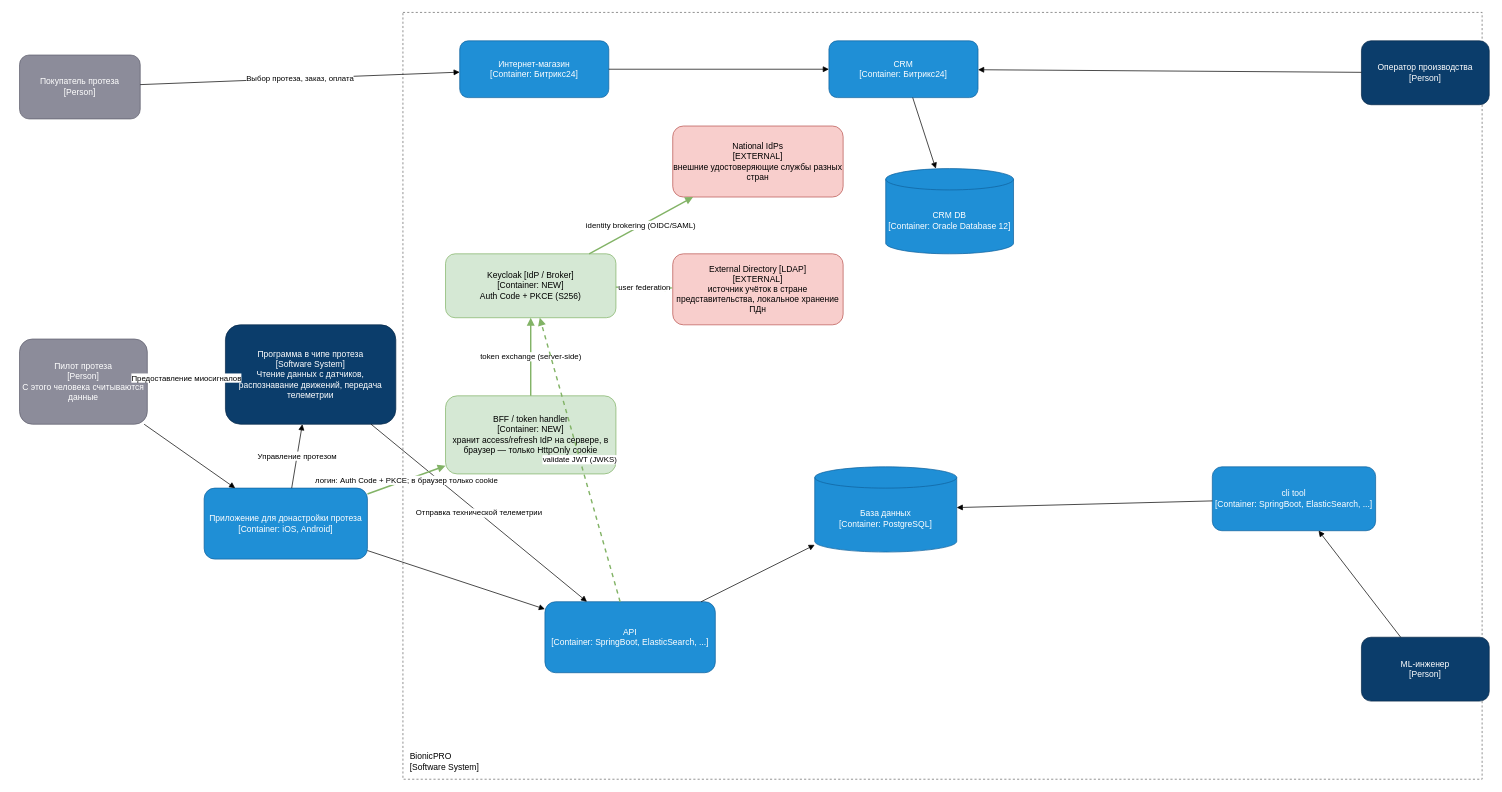
Earlier version of the draw.io diagram docs/diagrams/security-c4.drawio (SiritosKon/architecture-bionicpro). Source tidied: cells renumbered, new cells numbered last; positions are measured from the earlier drawing's top-left corner, leaving out a move shared by most shapes. Both pictures are drawn from the tidied source at 71%, with x=0, y=0 at pixel (19, 12).
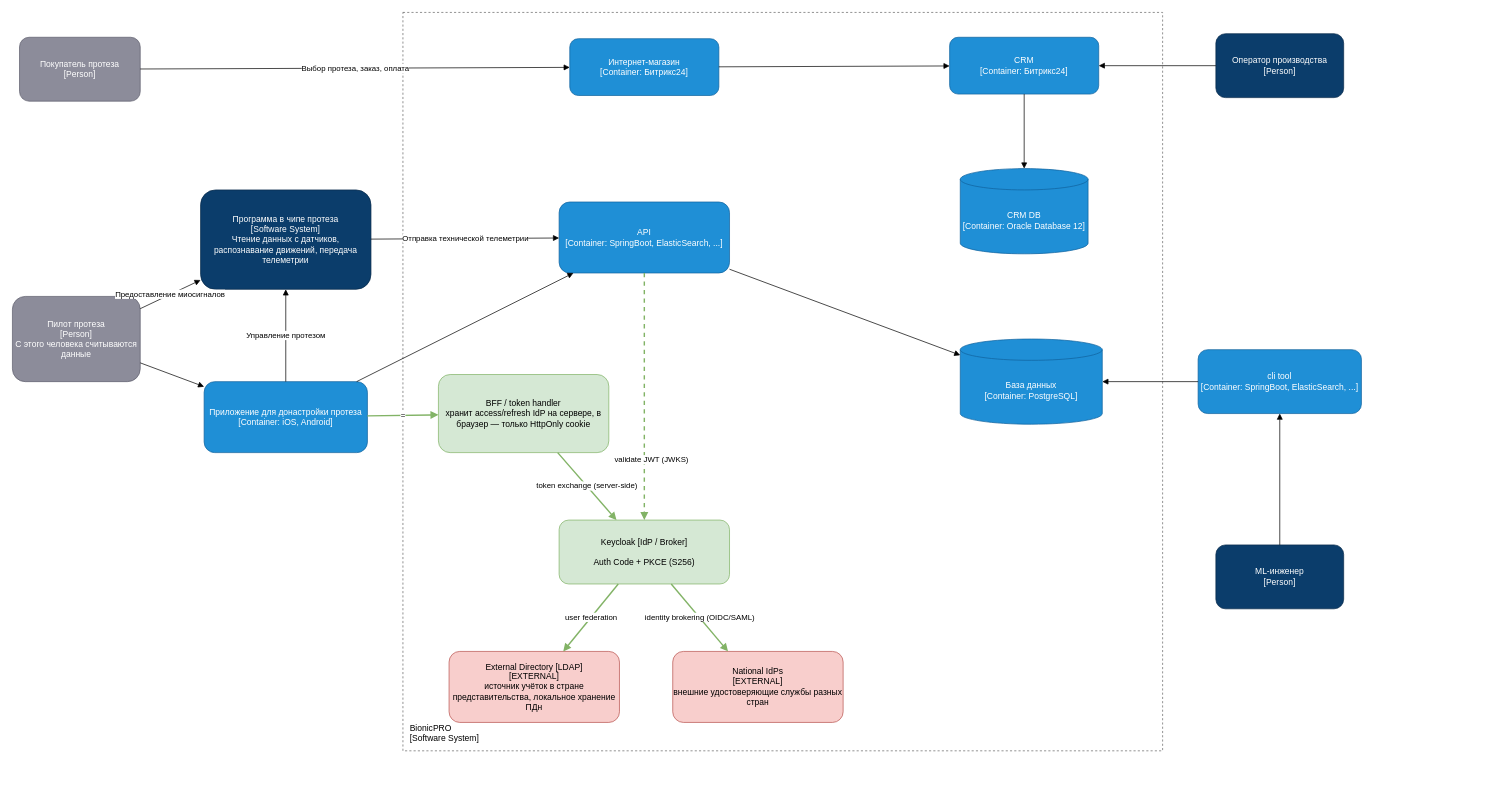
The same page after the edit.

What changed in the source:
```diff
@@
     <mxCell id="2" value="BionicPRO&#10;[Software System]" style="rounded=0;whiteSpace=wrap;html=1;dashed=1;fillColor=none;strokeColor=#666666;verticalAlign=bottom;align=left;fontSize=12;spacing=10;" parent="1" vertex="1">
-      <mxGeometry x="540" width="1520" height="1080" as="geometry" />
+      <mxGeometry x="540" width="1070" height="1040" as="geometry" />
     </mxCell>
     <mxCell id="3" value="Покупатель протеза&#10;[Person]" style="rounded=1;whiteSpace=wrap;html=1;fillColor=#8c8c9a;strokeColor=#5f5f6e;fontColor=#ffffff;" parent="1" vertex="1">
-      <mxGeometry y="60" width="170" height="90" as="geometry" />
+      <mxGeometry y="35" width="170" height="90" as="geometry" />
     </mxCell>
     <mxCell id="4" value="Оператор производства&#10;[Person]" style="rounded=1;whiteSpace=wrap;html=1;fillColor=#0b3d6b;strokeColor=#082a4a;fontColor=#ffffff;" parent="1" vertex="1">
-      <mxGeometry x="1890" y="40" width="180" height="90" as="geometry" />
+      <mxGeometry x="1685" y="30" width="180" height="90" as="geometry" />
     </mxCell>
     <mxCell id="5" value="Пилот протеза&#10;[Person]&#10;С этого человека считываются данные" style="rounded=1;whiteSpace=wrap;html=1;fillColor=#8c8c9a;strokeColor=#5f5f6e;fontColor=#ffffff;" parent="1" vertex="1">
-      <mxGeometry y="460" width="180" height="120" as="geometry" />
+      <mxGeometry x="-10" y="400" width="180" height="120" as="geometry" />
     </mxCell>
     <mxCell id="6" value="ML-инженер&#10;[Person]" style="rounded=1;whiteSpace=wrap;html=1;fillColor=#0b3d6b;strokeColor=#082a4a;fontColor=#ffffff;" parent="1" vertex="1">
-      <mxGeometry x="1890" y="880" width="180" height="90" as="geometry" />
+      <mxGeometry x="1685" y="750" width="180" height="90" as="geometry" />
     </mxCell>
     <mxCell id="7" value="Интернет-магазин&#10;[Container: Битрикс24]" style="rounded=1;whiteSpace=wrap;html=1;fillColor=#1f8fd6;strokeColor=#10629e;fontColor=#ffffff;" parent="1" vertex="1">
-      <mxGeometry x="620" y="40" width="210" height="80" as="geometry" />
+      <mxGeometry x="775" y="37" width="210" height="80" as="geometry" />
     </mxCell>
     <mxCell id="8" value="CRM&#10;[Container: Битрикс24]" style="rounded=1;whiteSpace=wrap;html=1;fillColor=#1f8fd6;strokeColor=#10629e;fontColor=#ffffff;" parent="1" vertex="1">
-      <mxGeometry x="1140" y="40" width="210" height="80" as="geometry" />
+      <mxGeometry x="1310" y="35" width="210" height="80" as="geometry" />
     </mxCell>
     <mxCell id="9" value="CRM DB&#10;[Container: Oracle Database 12]" style="shape=cylinder3;whiteSpace=wrap;html=1;boundedLbl=1;backgroundOutline=1;fillColor=#1f8fd6;strokeColor=#10629e;fontColor=#ffffff;" parent="1" vertex="1">
-      <mxGeometry x="1220" y="220" width="180" height="120" as="geometry" />
+      <mxGeometry x="1325" y="220" width="180" height="120" as="geometry" />
     </mxCell>
     <mxCell id="10" value="Программа в чипе протеза&#10;[Software System]&#10;Чтение данных с датчиков, распознавание движений, передача телеметрии" style="rounded=1;whiteSpace=wrap;html=1;fillColor=#0b3d6b;strokeColor=#082a4a;fontColor=#ffffff;" parent="1" vertex="1">
-      <mxGeometry x="290" y="440" width="240" height="140" as="geometry" />
+      <mxGeometry x="255" y="250" width="240" height="140" as="geometry" />
     </mxCell>
     <mxCell id="11" value="Приложение для донастройки протеза&#10;[Container: iOS, Android]" style="rounded=1;whiteSpace=wrap;html=1;fillColor=#1f8fd6;strokeColor=#10629e;fontColor=#ffffff;" parent="1" vertex="1">
-      <mxGeometry x="260" y="670" width="230" height="100" as="geometry" />
+      <mxGeometry x="260" y="520" width="230" height="100" as="geometry" />
     </mxCell>
     <mxCell id="12" value="API&#10;[Container: SpringBoot, ElasticSearch, ...]" style="rounded=1;whiteSpace=wrap;html=1;fillColor=#1f8fd6;strokeColor=#10629e;fontColor=#ffffff;" parent="1" vertex="1">
-      <mxGeometry x="740" y="830" width="240" height="100" as="geometry" />
+      <mxGeometry x="760" y="267" width="240" height="100" as="geometry" />
     </mxCell>
     <mxCell id="13" value="База данных&#10;[Container: PostgreSQL]" style="shape=cylinder3;whiteSpace=wrap;html=1;boundedLbl=1;backgroundOutline=1;fillColor=#1f8fd6;strokeColor=#10629e;fontColor=#ffffff;" parent="1" vertex="1">
-      <mxGeometry x="1120" y="640" width="200" height="120" as="geometry" />
+      <mxGeometry x="1325" y="460" width="200" height="120" as="geometry" />
     </mxCell>
     <mxCell id="14" value="cli tool&#10;[Container: SpringBoot, ElasticSearch, ...]" style="rounded=1;whiteSpace=wrap;html=1;fillColor=#1f8fd6;strokeColor=#10629e;fontColor=#ffffff;" parent="1" vertex="1">
-      <mxGeometry x="1680" y="640" width="230" height="90" as="geometry" />
+      <mxGeometry x="1660" y="475" width="230" height="90" as="geometry" />
     </mxCell>
-    <mxCell id="15" value="Keycloak [IdP / Broker]&#10;[Container: NEW]&#10;Auth Code + PKCE (S256)" style="rounded=1;whiteSpace=wrap;html=1;fillColor=#d5e8d4;strokeColor=#82b366;fontColor=#000000;" parent="1" vertex="1">
-      <mxGeometry x="600" y="340" width="240" height="90" as="geometry" />
+    <mxCell id="15" value="Keycloak [IdP / Broker]&lt;br&gt;&lt;br&gt;Auth Code + PKCE (S256)" style="rounded=1;whiteSpace=wrap;html=1;fillColor=#d5e8d4;strokeColor=#82b366;fontColor=#000000;" parent="1" vertex="1">
+      <mxGeometry x="760" y="715" width="240" height="90" as="geometry" />
     </mxCell>
-    <mxCell id="16" value="BFF / token handler&#10;[Container: NEW]&#10;хранит access/refresh IdP на сервере, в браузер — только HttpOnly cookie" style="rounded=1;whiteSpace=wrap;html=1;fillColor=#d5e8d4;strokeColor=#82b366;fontColor=#000000;" parent="1" vertex="1">
-      <mxGeometry x="600" y="540" width="240" height="110" as="geometry" />
+    <mxCell id="16" value="BFF / token handler&lt;br&gt;хранит access/refresh IdP на сервере, в браузер — только HttpOnly cookie" style="rounded=1;whiteSpace=wrap;html=1;fillColor=#d5e8d4;strokeColor=#82b366;fontColor=#000000;" parent="1" vertex="1">
+      <mxGeometry x="590" y="510" width="240" height="110" as="geometry" />
     </mxCell>
     <mxCell id="17" value="External Directory [LDAP]&#10;[EXTERNAL]&#10;источник учёток в стране представительства, локальное хранение ПДн" style="rounded=1;whiteSpace=wrap;html=1;fillColor=#f8cecc;strokeColor=#b85450;fontColor=#000000;" parent="1" vertex="1">
-      <mxGeometry x="920" y="340" width="240" height="100" as="geometry" />
+      <mxGeometry x="605" y="900" width="240" height="100" as="geometry" />
     </mxCell>
     <mxCell id="18" value="National IdPs&#10;[EXTERNAL]&#10;внешние удостоверяющие службы разных стран" style="rounded=1;whiteSpace=wrap;html=1;fillColor=#f8cecc;strokeColor=#b85450;fontColor=#000000;" parent="1" vertex="1">
-      <mxGeometry x="920" y="160" width="240" height="100" as="geometry" />
+      <mxGeometry x="920" y="900" width="240" height="100" as="geometry" />
     </mxCell>
@@
-    <mxCell id="31" value="логин: Auth Code + PKCE; в браузер только cookie" style="endArrow=block;html=1;strokeColor=#82b366;strokeWidth=2;" parent="1" edge="1" source="11" target="16">
+    <mxCell id="31" value="=" style="endArrow=block;html=1;strokeColor=#82b366;strokeWidth=2;" parent="1" edge="1" source="11" target="16">
       <mxGeometry relative="1" as="geometry" />
     </mxCell>
@@
     <mxCell id="35" value="validate JWT (JWKS)" style="endArrow=block;html=1;dashed=1;strokeColor=#82b366;strokeWidth=2;" parent="1" edge="1" source="12" target="15">
-      <mxGeometry relative="1" as="geometry" />
+      <mxGeometry x="0.51" y="10" relative="1" as="geometry" />
     </mxCell>
```
